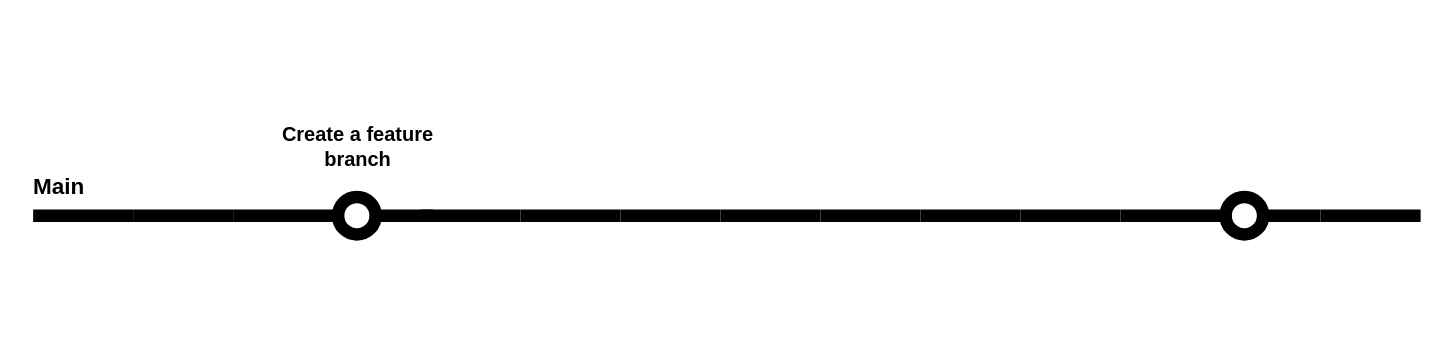
tyk1hc/drawio keeps this draw.io diagram as GithubFlow.drawio. Above is the earlier version. Source tidied: cells renumbered, new cells numbered last; positions are measured from the earlier drawing's top-left corner, leaving out a move shared by most shapes. Both pictures are drawn from the tidied source at 125%, with x=0, y=0 at pixel (21, 128).
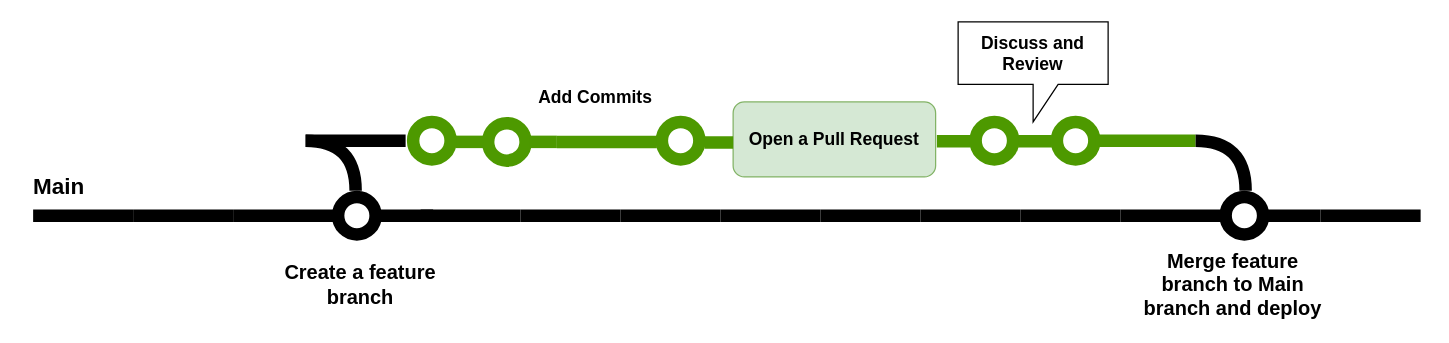
The same page after the edit.

Diff of the diagram source:
```diff
@@
     <mxCell id="2" style="group;strokeColor=none;strokeWidth=1;fontSize=12;" parent="1" vertex="1">
-      <mxGeometry x="249" y="30" width="80" height="80" as="geometry" />
+      <mxGeometry x="249" y="30" width="99" height="100" as="geometry" />
     </mxCell>
@@
+    <mxCell id="63" value="&lt;b&gt;Create a feature branch&lt;/b&gt;" style="text;html=1;align=center;verticalAlign=middle;whiteSpace=wrap;rounded=0;fontSize=16;" parent="2" vertex="1">
+      <mxGeometry x="-58" y="80" width="160" height="30" as="geometry" />
+    </mxCell>
@@
-    <mxCell id="63" value="&lt;b&gt;Create a feature branch&lt;/b&gt;" style="text;html=1;align=center;verticalAlign=middle;whiteSpace=wrap;rounded=0;fontSize=16;" parent="1" vertex="1">
-      <mxGeometry x="189" width="160" height="30" as="geometry" />
-    </mxCell>
+    <mxCell id="64" style="group;strokeColor=none;strokeWidth=1;fontSize=12;" parent="1" vertex="1">
+      <mxGeometry x="347" width="22" height="80" as="geometry" />
+    </mxCell>
+    <mxCell id="65" style="group;fillColor=none;strokeColor=none;" parent="64" vertex="1">
+      <mxGeometry width="22" height="80" as="geometry" />
+    </mxCell>
+    <mxCell id="66" style="group;strokeColor=none;" parent="64" vertex="1">
+      <mxGeometry width="22" height="80" as="geometry" />
+    </mxCell>
+    <mxCell id="67" style="whiteSpace=wrap;html=1;fillColor=none;strokeColor=none;" parent="64" vertex="1">
+      <mxGeometry width="22" height="22" as="geometry" />
+    </mxCell>
+    <mxCell id="68" style="endArrow=none;html=1;exitX=0;exitY=0.5;exitDx=0;exitDy=0;entryX=1;entryY=0.5;entryDx=0;entryDy=0;strokeWidth=10;fillColor=#e3c800;strokeColor=#4D9900;rounded=0;" parent="64" edge="1" source="67" target="67">
+      <mxGeometry relative="1" as="geometry" />
+    </mxCell>
+    <mxCell id="69" value="&lt;h5 style=&quot;font-size: 12px;&quot;&gt;&lt;br&gt;&lt;/h5&gt;" style="ellipse;whiteSpace=wrap;html=1;strokeColor=#4D9900;strokeWidth=10;fillColor=#ffffff;gradientColor=none;align=center;verticalAlign=top;fontSize=12;spacingTop=12;" parent="1" vertex="1">
+      <mxGeometry x="313" y="-5" width="30" height="30" as="geometry" />
+    </mxCell>
+    <mxCell id="70" value="&lt;h5 style=&quot;font-size: 12px;&quot;&gt;&lt;br&gt;&lt;/h5&gt;" style="ellipse;whiteSpace=wrap;html=1;strokeColor=#4D9900;strokeWidth=10;fillColor=#ffffff;gradientColor=none;align=center;verticalAlign=top;fontSize=12;spacingTop=12;" parent="1" vertex="1">
+      <mxGeometry x="373" y="-4" width="30" height="30" as="geometry" />
+    </mxCell>
+    <mxCell id="71" style="group;strokeColor=none;strokeWidth=1;fontSize=12;" parent="1" vertex="1">
+      <mxGeometry x="406" width="22" height="80" as="geometry" />
+    </mxCell>
+    <mxCell id="72" style="group;fillColor=none;strokeColor=none;" parent="71" vertex="1">
+      <mxGeometry width="22" height="80" as="geometry" />
+    </mxCell>
+    <mxCell id="73" style="group;strokeColor=none;" parent="71" vertex="1">
+      <mxGeometry width="22" height="80" as="geometry" />
+    </mxCell>
+    <mxCell id="74" style="whiteSpace=wrap;html=1;fillColor=none;strokeColor=none;" parent="71" vertex="1">
+      <mxGeometry width="22" height="22" as="geometry" />
+    </mxCell>
+    <mxCell id="75" style="endArrow=none;html=1;exitX=0;exitY=0.5;exitDx=0;exitDy=0;entryX=1;entryY=0.5;entryDx=0;entryDy=0;strokeWidth=10;fillColor=#e3c800;strokeColor=#4D9900;rounded=0;" parent="71" edge="1" source="74" target="74">
+      <mxGeometry relative="1" as="geometry" />
+    </mxCell>
+    <mxCell id="76" value="&lt;h5 style=&quot;font-size: 12px;&quot;&gt;&lt;br&gt;&lt;/h5&gt;" style="ellipse;whiteSpace=wrap;html=1;strokeColor=#4D9900;strokeWidth=10;fillColor=#ffffff;gradientColor=none;align=center;verticalAlign=top;fontSize=12;spacingTop=12;" parent="1" vertex="1">
+      <mxGeometry x="512" y="-5" width="30" height="30" as="geometry" />
+    </mxCell>
+    <mxCell id="77" style="group;strokeColor=none;strokeWidth=1;fontSize=12;" parent="1" vertex="1">
+      <mxGeometry x="227" y="-30" width="80" height="80" as="geometry" />
+    </mxCell>
+    <mxCell id="78" style="whiteSpace=wrap;html=1;fillColor=none;strokeColor=none;strokeWidth=1;" parent="77" vertex="1">
+      <mxGeometry width="80" height="80" as="geometry" />
+    </mxCell>
+    <mxCell id="79" style="endArrow=none;html=1;strokeColor=#000000;strokeWidth=10;fillColor=#e51400;entryX=0.5;entryY=1;entryDx=0;entryDy=0;exitX=0;exitY=0.5;exitDx=0;exitDy=0;curved=1;rounded=0;" parent="77" edge="1" source="78" target="78">
+      <mxGeometry relative="1" as="geometry">
+        <Array as="points">
+          <mxPoint x="40" y="40" />
+        </Array>
+      </mxGeometry>
+    </mxCell>
+    <mxCell id="80" style="endArrow=none;html=1;exitX=0;exitY=0.5;exitDx=0;exitDy=0;entryX=1;entryY=0.5;entryDx=0;entryDy=0;strokeWidth=10;fillColor=#e51400;strokeColor=#000000;rounded=0;" parent="77" edge="1" source="78" target="78">
+      <mxGeometry relative="1" as="geometry" />
+    </mxCell>
+    <mxCell id="81" value="&lt;font style=&quot;font-size: 14px;&quot;&gt;&lt;b&gt;Open a Pull Request&lt;/b&gt;&lt;/font&gt;" style="rounded=1;whiteSpace=wrap;html=1;fillColor=#d5e8d4;strokeColor=#82b366;" parent="1" vertex="1">
+      <mxGeometry x="569" y="-21" width="162" height="60" as="geometry" />
+    </mxCell>
+    <mxCell id="82" style="group;strokeColor=none;strokeWidth=1;fontSize=12;" parent="1" vertex="1">
+      <mxGeometry x="428" y="-29" width="91" height="80" as="geometry" />
+    </mxCell>
+    <mxCell id="83" style="group;fillColor=none;strokeColor=none;" parent="82" vertex="1">
+      <mxGeometry width="80" height="80" as="geometry" />
+    </mxCell>
+    <mxCell id="84" style="whiteSpace=wrap;html=1;fillColor=none;strokeColor=none;" parent="82" vertex="1">
+      <mxGeometry width="80" height="80" as="geometry" />
+    </mxCell>
+    <mxCell id="85" style="endArrow=none;html=1;exitX=0;exitY=0.5;exitDx=0;exitDy=0;entryX=1;entryY=0.5;entryDx=0;entryDy=0;strokeWidth=10;fillColor=#e3c800;strokeColor=#4D9900;rounded=0;" parent="82" edge="1" source="84" target="84">
+      <mxGeometry relative="1" as="geometry" />
+    </mxCell>
+    <mxCell id="86" value="&lt;font style=&quot;font-size: 14px;&quot;&gt;&lt;b&gt;Add Commits&lt;/b&gt;&lt;/font&gt;" style="text;html=1;align=center;verticalAlign=middle;whiteSpace=wrap;rounded=0;" parent="82" vertex="1">
+      <mxGeometry x="-29" y="-11" width="120" height="30" as="geometry" />
+    </mxCell>
+    <mxCell id="87" style="group;strokeColor=none;strokeWidth=1;fontSize=12;" parent="1" vertex="1">
+      <mxGeometry x="546" width="23" height="80" as="geometry" />
+    </mxCell>
+    <mxCell id="88" style="group;fillColor=none;strokeColor=none;" parent="87" vertex="1">
+      <mxGeometry width="23" height="80" as="geometry" />
+    </mxCell>
+    <mxCell id="89" style="whiteSpace=wrap;html=1;fillColor=none;strokeColor=none;" parent="87" vertex="1">
+      <mxGeometry width="23" height="23" as="geometry" />
+    </mxCell>
+    <mxCell id="90" style="endArrow=none;html=1;exitX=0;exitY=0.5;exitDx=0;exitDy=0;entryX=1;entryY=0.5;entryDx=0;entryDy=0;strokeWidth=10;fillColor=#e3c800;strokeColor=#4D9900;rounded=0;" parent="87" edge="1" source="89" target="89">
+      <mxGeometry relative="1" as="geometry" />
+    </mxCell>
+    <mxCell id="91" style="group;strokeColor=none;strokeWidth=1;fontSize=12;" parent="1" vertex="1">
+      <mxGeometry x="732" y="-3" width="27" height="80" as="geometry" />
+    </mxCell>
+    <mxCell id="92" style="group;fillColor=none;strokeColor=none;" parent="91" vertex="1">
+      <mxGeometry width="27" height="80" as="geometry" />
+    </mxCell>
+    <mxCell id="93" style="whiteSpace=wrap;html=1;fillColor=none;strokeColor=none;" parent="91" vertex="1">
+      <mxGeometry width="27" height="27" as="geometry" />
+    </mxCell>
+    <mxCell id="94" style="endArrow=none;html=1;exitX=0;exitY=0.5;exitDx=0;exitDy=0;entryX=1;entryY=0.5;entryDx=0;entryDy=0;strokeWidth=10;fillColor=#e3c800;strokeColor=#4D9900;rounded=0;" parent="91" edge="1" source="93" target="93">
+      <mxGeometry relative="1" as="geometry" />
+    </mxCell>
+    <mxCell id="95" style="group;strokeColor=none;strokeWidth=1;fontSize=12;" parent="1" vertex="1">
+      <mxGeometry x="759" y="-30" width="80" height="105" as="geometry" />
+    </mxCell>
+    <mxCell id="96" style="group;fillColor=none;strokeColor=none;" parent="95" vertex="1">
+      <mxGeometry width="80" height="80" as="geometry" />
+    </mxCell>
+    <mxCell id="97" style="group;strokeColor=none;" parent="95" vertex="1">
+      <mxGeometry width="80" height="80" as="geometry" />
+    </mxCell>
+    <mxCell id="98" style="whiteSpace=wrap;html=1;fillColor=none;strokeColor=none;" parent="95" vertex="1">
+      <mxGeometry width="80" height="80" as="geometry" />
+    </mxCell>
+    <mxCell id="99" value="&lt;h5 style=&quot;font-size: 12px;&quot;&gt;&lt;br&gt;&lt;/h5&gt;" style="ellipse;whiteSpace=wrap;html=1;strokeColor=#4D9900;strokeWidth=10;fillColor=#ffffff;gradientColor=none;align=center;verticalAlign=top;fontSize=12;spacingTop=12;" parent="95" vertex="1">
+      <mxGeometry x="4" y="25" width="30" height="30" as="geometry" />
+    </mxCell>
+    <mxCell id="100" style="group;strokeColor=none;strokeWidth=1;fontSize=12;" parent="95" vertex="1">
+      <mxGeometry x="38" y="27" width="27" height="80" as="geometry" />
+    </mxCell>
+    <mxCell id="101" style="group;fillColor=none;strokeColor=none;" parent="100" vertex="1">
+      <mxGeometry width="27" height="80" as="geometry" />
+    </mxCell>
+    <mxCell id="102" style="whiteSpace=wrap;html=1;fillColor=none;strokeColor=none;" parent="100" vertex="1">
+      <mxGeometry width="27" height="27" as="geometry" />
+    </mxCell>
+    <mxCell id="103" style="endArrow=none;html=1;exitX=0;exitY=0.5;exitDx=0;exitDy=0;entryX=1;entryY=0.5;entryDx=0;entryDy=0;strokeWidth=10;fillColor=#e3c800;strokeColor=#4D9900;rounded=0;" parent="100" edge="1" source="102" target="102">
+      <mxGeometry relative="1" as="geometry" />
+    </mxCell>
+    <mxCell id="104" value="&lt;h5 style=&quot;font-size: 12px;&quot;&gt;&lt;br&gt;&lt;/h5&gt;" style="ellipse;whiteSpace=wrap;html=1;strokeColor=#4D9900;strokeWidth=10;fillColor=#ffffff;gradientColor=none;align=center;verticalAlign=top;fontSize=12;spacingTop=12;" parent="1" vertex="1">
+      <mxGeometry x="828" y="-5" width="30" height="30" as="geometry" />
+    </mxCell>
+    <mxCell id="105" style="group;strokeColor=none;strokeWidth=1;fontSize=12;" parent="1" vertex="1">
+      <mxGeometry x="859" y="-30" width="80" height="80" as="geometry" />
+    </mxCell>
+    <mxCell id="106" style="group;fillColor=none;strokeColor=none;" parent="105" vertex="1">
+      <mxGeometry width="80" height="80" as="geometry" />
+    </mxCell>
+    <mxCell id="107" style="whiteSpace=wrap;html=1;fillColor=none;strokeColor=none;" parent="105" vertex="1">
+      <mxGeometry width="80" height="80" as="geometry" />
+    </mxCell>
+    <mxCell id="108" style="endArrow=none;html=1;exitX=0;exitY=0.5;exitDx=0;exitDy=0;entryX=1;entryY=0.5;entryDx=0;entryDy=0;strokeWidth=10;fillColor=#e3c800;strokeColor=#4D9900;rounded=0;" parent="105" edge="1" source="107" target="107">
+      <mxGeometry relative="1" as="geometry" />
+    </mxCell>
+    <mxCell id="109" style="group;direction=south;rotation=90;" parent="1" vertex="1">
+      <mxGeometry x="939" y="-30" width="80" height="80" as="geometry" />
+    </mxCell>
+    <mxCell id="110" style="group;fillColor=none;rotation=0;strokeColor=none;direction=south;" parent="109" vertex="1">
+      <mxGeometry width="80" height="80" as="geometry" />
+    </mxCell>
+    <mxCell id="111" style="whiteSpace=wrap;html=1;fillColor=none;strokeColor=none;rotation=0;direction=south;" parent="110" vertex="1">
+      <mxGeometry width="80" height="80" as="geometry" />
+    </mxCell>
+    <mxCell id="112" style="endArrow=none;html=1;exitX=1;exitY=0.5;exitDx=0;exitDy=0;entryX=0.5;entryY=1;entryDx=0;entryDy=0;strokeWidth=10;fillColor=#e51400;strokeColor=#000000;curved=1;rounded=0;" parent="110" edge="1" source="111" target="111">
+      <mxGeometry relative="1" as="geometry">
+        <Array as="points">
+          <mxPoint x="40" y="40" />
+        </Array>
+      </mxGeometry>
+    </mxCell>
+    <mxCell id="113" value="&lt;font style=&quot;font-size: 14px;&quot;&gt;&lt;b&gt;Discuss and Review&lt;/b&gt;&lt;/font&gt;" style="shape=callout;whiteSpace=wrap;html=1;perimeter=calloutPerimeter;" parent="1" vertex="1">
+      <mxGeometry x="749" y="-85" width="120" height="80" as="geometry" />
+    </mxCell>
+    <mxCell id="114" value="&lt;b&gt;Merge feature branch to Main branch and deploy&lt;/b&gt;" style="text;html=1;align=center;verticalAlign=middle;whiteSpace=wrap;rounded=0;fontSize=16;" parent="1" vertex="1">
+      <mxGeometry x="889" y="110" width="160" height="30" as="geometry" />
+    </mxCell>
```
